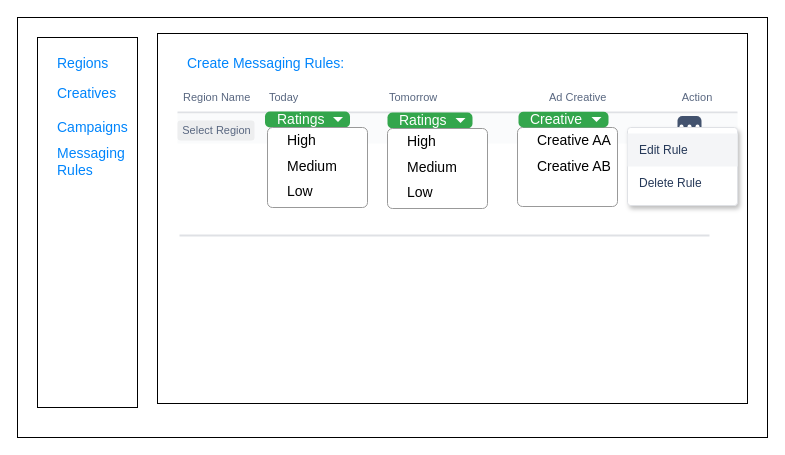
coolsharepoint/Test keeps this draw.io diagram as page "MessagingRules_SetUp" (7 of 7) of ttd-sa-exercise.drawio. Above is the earlier version. Source tidied: cells renumbered, new cells numbered last; positions are measured from the earlier drawing's top-left corner, leaving out a move shared by most shapes. Both pictures are drawn from the tidied source at 100%, with x=0, y=0 at pixel (17, 17).
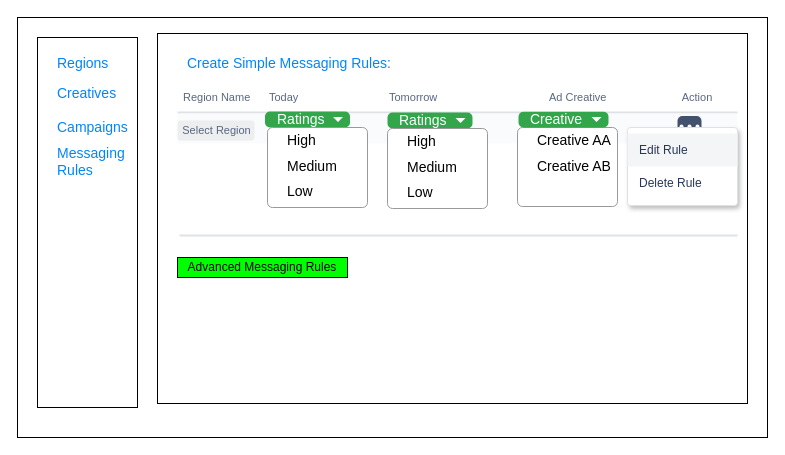
The same diagram, later.

What changed in the source:
```diff
@@
-    <mxCell id="9" value="Create Messaging Rules:" style="fillColor=none;strokeColor=none;fontSize=14;fontColor=#0085FC;align=left;spacing=10;" parent="1" vertex="1">
+    <mxCell id="9" value="Create Simple Messaging Rules:" style="fillColor=none;strokeColor=none;fontSize=14;fontColor=#0085FC;align=left;spacing=10;" parent="1" vertex="1">
       <mxGeometry x="160" y="30" width="80" height="30" as="geometry" />
     </mxCell>
@@
     <mxCell id="20" style="shape=line;strokeWidth=2;html=1;strokeColor=#DFE1E5;fillColor=#99FFFF;" parent="1" vertex="1">
-      <mxGeometry x="162" y="213" width="530" height="10" as="geometry" />
+      <mxGeometry x="162" y="213" width="558" height="10" as="geometry" />
     </mxCell>
@@
+    <mxCell id="43" value="Advanced Messaging Rules" style="rounded=0;whiteSpace=wrap;html=1;fillColor=#00FF00;" parent="1" vertex="1">
+      <mxGeometry x="160" y="240" width="170" height="20" as="geometry" />
+    </mxCell>
```
